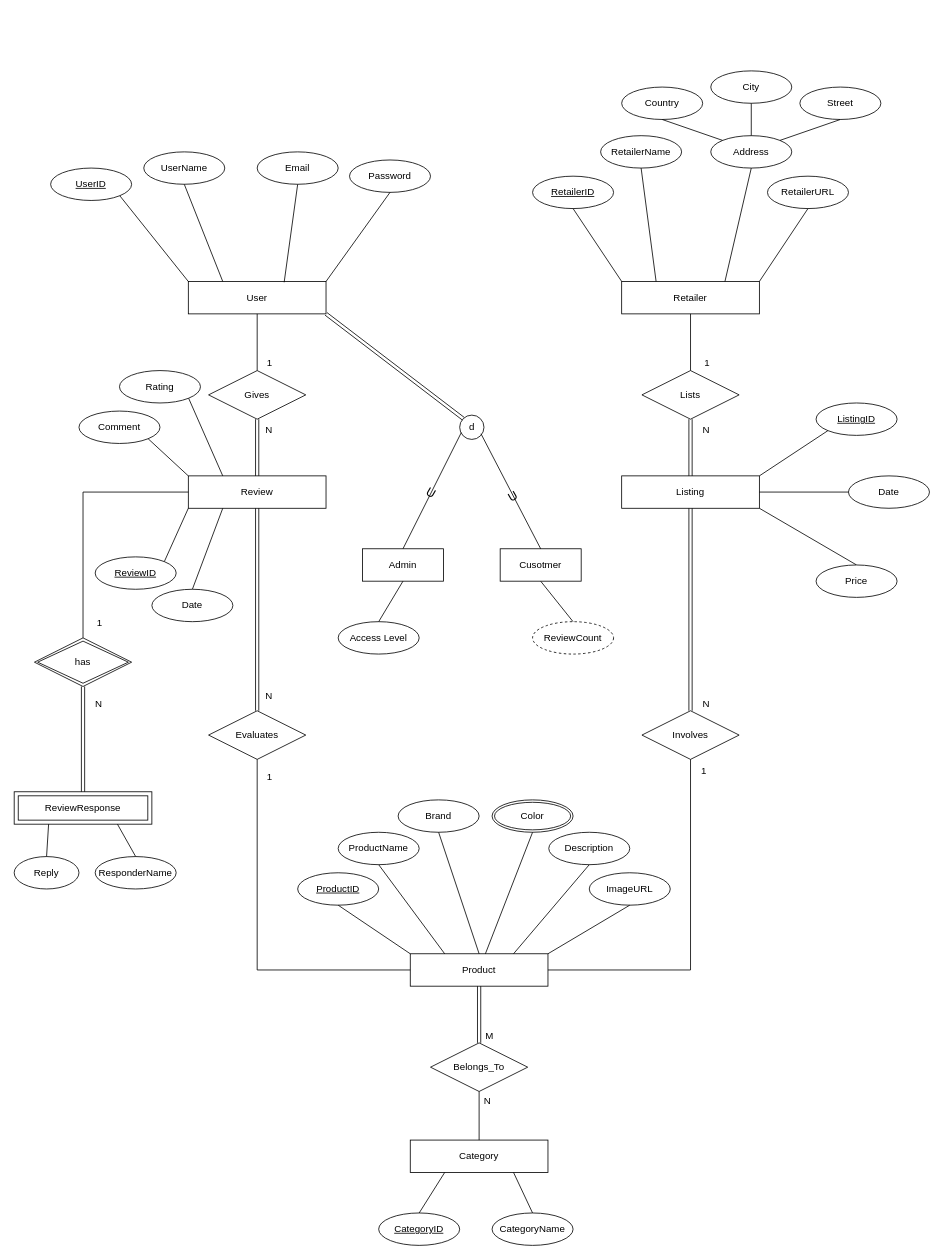
The draw.io diagram CompareIt_Database.drawio in HamdaanMirza/Procrastinators, before the edit. Source tidied: cells renumbered, new cells numbered last; positions are measured from the earlier drawing's top-left corner, leaving out a move shared by most shapes. Both pictures are drawn from the tidied source at 81%, with x=0, y=0 at pixel (14, 70).
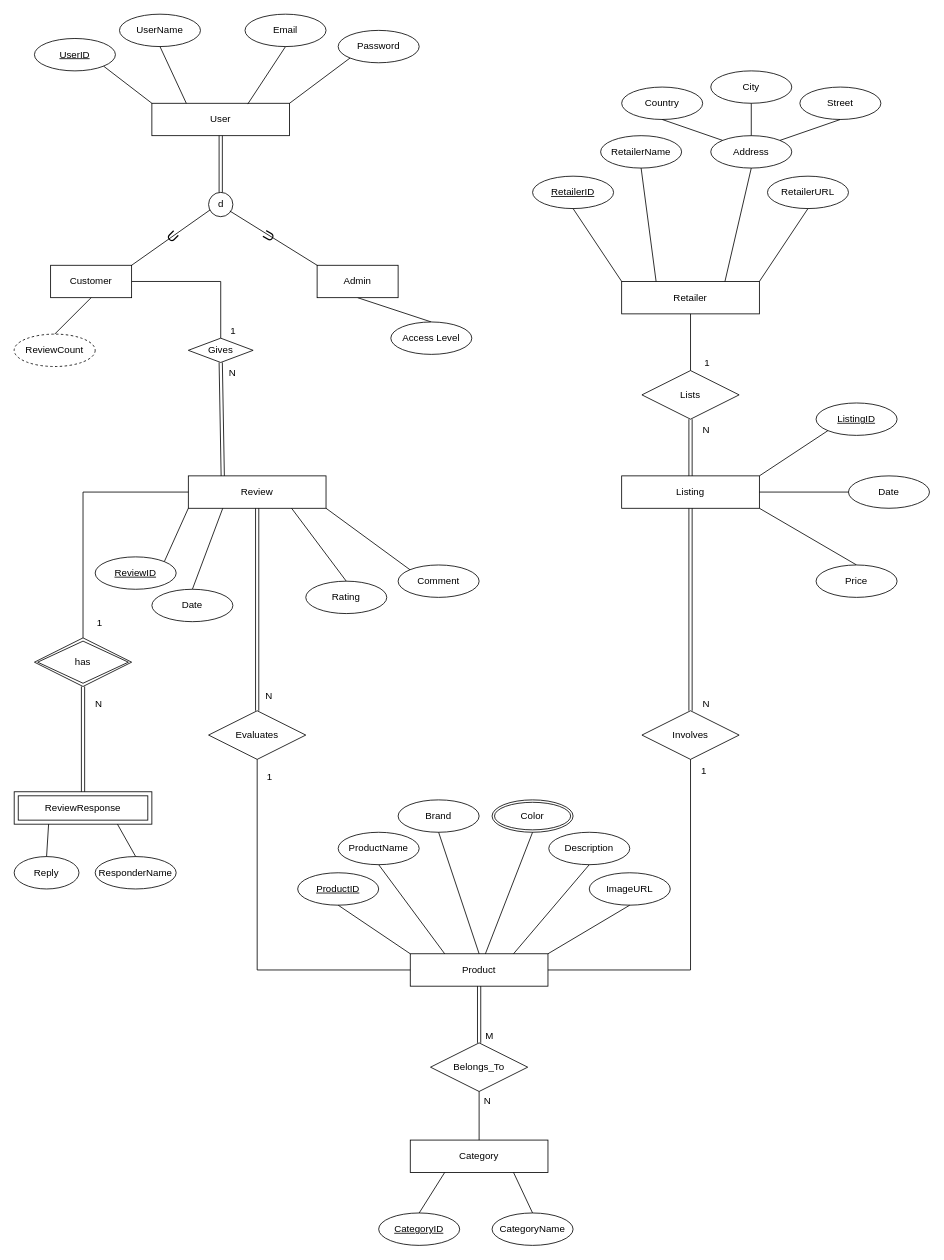
The same page after the edit.

Commit message:
Changed the relationships of User

The change refers to these unchanged cells:
```xml
<mxCell id="11" value="Review" style="whiteSpace=wrap;html=1;align=center;" parent="1" vertex="1">
  <mxGeometry x="215" y="500" width="170" height="40" as="geometry" />
</mxCell>
```

What changed in the source:
```diff
@@
     <mxCell id="2" value="User" style="whiteSpace=wrap;html=1;align=center;" parent="1" vertex="1">
-      <mxGeometry x="215" y="260" width="170" height="40" as="geometry" />
+      <mxGeometry x="170" y="40" width="170" height="40" as="geometry" />
     </mxCell>
     <mxCell id="3" value="UserID" style="ellipse;whiteSpace=wrap;html=1;align=center;fontStyle=4;" parent="1" vertex="1">
-      <mxGeometry x="45" y="120" width="100" height="40" as="geometry" />
+      <mxGeometry x="25" y="-40" width="100" height="40" as="geometry" />
     </mxCell>
@@
     <mxCell id="5" value="UserName" style="ellipse;whiteSpace=wrap;html=1;align=center;" parent="1" vertex="1">
-      <mxGeometry x="160" y="100" width="100" height="40" as="geometry" />
+      <mxGeometry x="130" y="-70" width="100" height="40" as="geometry" />
     </mxCell>
     <mxCell id="6" value="Email" style="ellipse;whiteSpace=wrap;html=1;align=center;" parent="1" vertex="1">
-      <mxGeometry x="300" y="100" width="100" height="40" as="geometry" />
+      <mxGeometry x="285" y="-70" width="100" height="40" as="geometry" />
     </mxCell>
     <mxCell id="7" value="Password" style="ellipse;whiteSpace=wrap;html=1;align=center;" parent="1" vertex="1">
-      <mxGeometry x="414" y="110" width="100" height="40" as="geometry" />
+      <mxGeometry x="400" y="-50" width="100" height="40" as="geometry" />
     </mxCell>
@@
-    <mxCell id="10" style="endArrow=none;html=1;rounded=0;exitX=1;exitY=0;exitDx=0;exitDy=0;entryX=0.5;entryY=1;entryDx=0;entryDy=0;" parent="1" edge="1" source="2" target="7">
+    <mxCell id="10" style="endArrow=none;html=1;rounded=0;exitX=1;exitY=0;exitDx=0;exitDy=0;entryX=0;entryY=1;entryDx=0;entryDy=0;" parent="1" edge="1" source="2" target="7">
       <mxGeometry relative="1" as="geometry" />
     </mxCell>
@@
     <mxCell id="14" value="Rating" style="ellipse;whiteSpace=wrap;html=1;align=center;" parent="1" vertex="1">
-      <mxGeometry x="130" y="370" width="100" height="40" as="geometry" />
+      <mxGeometry x="360" y="630" width="100" height="40" as="geometry" />
     </mxCell>
     <mxCell id="15" value="Comment" style="ellipse;whiteSpace=wrap;html=1;align=center;" parent="1" vertex="1">
-      <mxGeometry x="80" y="420" width="100" height="40" as="geometry" />
+      <mxGeometry x="474" y="610" width="100" height="40" as="geometry" />
     </mxCell>
@@
-    <mxCell id="17" style="endArrow=none;html=1;rounded=0;exitX=0;exitY=0;exitDx=0;exitDy=0;entryX=1;entryY=1;entryDx=0;entryDy=0;" parent="1" edge="1" source="11" target="15">
+    <mxCell id="17" style="endArrow=none;html=1;rounded=0;exitX=1;exitY=1;exitDx=0;exitDy=0;entryX=0;entryY=0;entryDx=0;entryDy=0;" parent="1" edge="1" source="11" target="15">
       <mxGeometry relative="1" as="geometry" />
     </mxCell>
-    <mxCell id="18" style="endArrow=none;html=1;rounded=0;exitX=0.25;exitY=0;exitDx=0;exitDy=0;entryX=1;entryY=1;entryDx=0;entryDy=0;" parent="1" edge="1" source="11" target="14">
+    <mxCell id="18" style="endArrow=none;html=1;rounded=0;exitX=0.75;exitY=1;exitDx=0;exitDy=0;entryX=0.5;entryY=0;entryDx=0;entryDy=0;" parent="1" edge="1" source="11" target="14">
       <mxGeometry relative="1" as="geometry" />
     </mxCell>
@@
     <mxCell id="20" value="Gives" style="shape=rhombus;perimeter=rhombusPerimeter;whiteSpace=wrap;html=1;align=center;" parent="1" vertex="1">
-      <mxGeometry x="240" y="370" width="120" height="60" as="geometry" />
+      <mxGeometry x="215" y="330" width="80" height="30" as="geometry" />
     </mxCell>
-    <mxCell id="21" style="shape=link;html=1;rounded=0;entryX=0.5;entryY=1;entryDx=0;entryDy=0;exitX=0.5;exitY=0;exitDx=0;exitDy=0;" parent="1" edge="1" source="11" target="20">
+    <mxCell id="21" style="shape=link;html=1;rounded=0;entryX=0.5;entryY=1;entryDx=0;entryDy=0;exitX=0.25;exitY=0;exitDx=0;exitDy=0;" parent="1" edge="1" source="11" target="20">
       <mxGeometry relative="1" as="geometry" />
     </mxCell>
@@
-    <mxCell id="23" style="endArrow=none;html=1;rounded=0;exitX=0.5;exitY=1;exitDx=0;exitDy=0;entryX=0.5;entryY=0;entryDx=0;entryDy=0;" parent="1" edge="1" source="2" target="20">
-      <mxGeometry relative="1" as="geometry" />
+    <mxCell id="23" style="endArrow=none;html=1;rounded=0;exitX=1;exitY=0.5;exitDx=0;exitDy=0;entryX=0.5;entryY=0;entryDx=0;entryDy=0;" parent="1" edge="1" source="100" target="20">
+      <mxGeometry relative="1" as="geometry">
+        <Array as="points">
+          <mxPoint x="255" y="260" />
+        </Array>
+      </mxGeometry>
     </mxCell>
@@
     <mxCell id="85" value="ReviewCount" style="ellipse;whiteSpace=wrap;html=1;align=center;dashed=1;" parent="1" vertex="1">
-      <mxGeometry x="640" y="680" width="100" height="40" as="geometry" />
+      <mxGeometry y="325" width="100" height="40" as="geometry" />
     </mxCell>
-    <mxCell id="86" style="endArrow=none;html=1;rounded=0;exitX=0.5;exitY=0;exitDx=0;exitDy=0;entryX=0.5;entryY=1;entryDx=0;entryDy=0;" parent="1" edge="1" source="85" target="101">
+    <mxCell id="86" style="endArrow=none;html=1;rounded=0;entryX=0.5;entryY=1;entryDx=0;entryDy=0;exitX=0.5;exitY=0;exitDx=0;exitDy=0;" parent="1" edge="1" source="106" target="101">
       <mxGeometry relative="1" as="geometry" />
     </mxCell>
@@
     <mxCell id="97" style="ellipse;whiteSpace=wrap;html=1;" parent="1" vertex="1">
-      <mxGeometry x="550" y="425" width="30" height="30" as="geometry" />
+      <mxGeometry x="240" y="150" width="30" height="30" as="geometry" />
     </mxCell>
     <mxCell id="98" value="d" style="text;html=1;align=center;verticalAlign=middle;points=[];strokeColor=none;fillColor=none;strokeWidth=2;" parent="1" vertex="1">
-      <mxGeometry x="550" y="425" width="30" height="30" as="geometry" />
+      <mxGeometry x="240" y="150" width="30" height="30" as="geometry" />
     </mxCell>
-    <mxCell id="99" style="shape=link;html=1;rounded=0;exitX=1;exitY=1;exitDx=0;exitDy=0;entryX=0;entryY=0;entryDx=0;entryDy=0;" parent="1" edge="1" source="2" target="97">
-      <mxGeometry relative="1" as="geometry" />
+    <mxCell id="99" style="shape=link;html=1;rounded=0;exitX=0.5;exitY=1;exitDx=0;exitDy=0;" parent="1" edge="1" source="2">
+      <mxGeometry relative="1" as="geometry">
+        <mxPoint x="255" y="150" as="targetPoint" />
+      </mxGeometry>
     </mxCell>
-    <mxCell id="100" value="Admin" style="whiteSpace=wrap;html=1;align=center;" parent="1" vertex="1">
-      <mxGeometry x="430" y="590" width="100" height="40" as="geometry" />
+    <mxCell id="100" value="Customer" style="whiteSpace=wrap;html=1;align=center;" parent="1" vertex="1">
+      <mxGeometry x="45" y="240" width="100" height="40" as="geometry" />
     </mxCell>
-    <mxCell id="101" value="Cusotmer" style="whiteSpace=wrap;html=1;align=center;" parent="1" vertex="1">
-      <mxGeometry x="600" y="590" width="100" height="40" as="geometry" />
+    <mxCell id="101" value="Admin" style="whiteSpace=wrap;html=1;align=center;" parent="1" vertex="1">
+      <mxGeometry x="374" y="240" width="100" height="40" as="geometry" />
     </mxCell>
-    <mxCell id="102" style="endArrow=none;html=1;rounded=0;exitX=0.068;exitY=0.717;exitDx=0;exitDy=0;exitPerimeter=0;entryX=0.5;entryY=0;entryDx=0;entryDy=0;" parent="1" edge="1" source="98" target="100">
-      <mxGeometry relative="1" as="geometry" />
-    </mxCell>
+    <mxCell id="106" value="&lt;div&gt;Access Level&lt;/div&gt;" style="ellipse;whiteSpace=wrap;html=1;align=center;" parent="1" vertex="1">
+      <mxGeometry x="465" y="310" width="100" height="40" as="geometry" />
+    </mxCell>
+    <mxCell id="107" style="endArrow=none;html=1;rounded=0;exitX=0.5;exitY=1;exitDx=0;exitDy=0;entryX=0.5;entryY=0;entryDx=0;entryDy=0;" parent="1" edge="1" source="100" target="85">
+      <mxGeometry relative="1" as="geometry" />
+    </mxCell>
-    <mxCell id="103" style="endArrow=none;html=1;rounded=0;exitX=0.878;exitY=0.769;exitDx=0;exitDy=0;exitPerimeter=0;entryX=0.5;entryY=0;entryDx=0;entryDy=0;" parent="1" edge="1" source="98" target="101">
+    <mxCell id="103" style="endArrow=none;html=1;rounded=0;exitX=0.878;exitY=0.769;exitDx=0;exitDy=0;exitPerimeter=0;entryX=0;entryY=0;entryDx=0;entryDy=0;" parent="1" edge="1" source="98" target="101">
       <mxGeometry relative="1" as="geometry" />
     </mxCell>
-    <mxCell id="104" value="&lt;font&gt;U&lt;/font&gt;" style="text;html=1;align=center;verticalAlign=middle;strokeColor=none;fillColor=none;fontSize=15;fontColor=default;rotation=-30;" parent="1" vertex="1">
-      <mxGeometry x="600" y="510" width="30" height="30" as="geometry" />
+    <mxCell id="104" value="&lt;font&gt;U&lt;/font&gt;" style="text;html=1;align=center;verticalAlign=middle;strokeColor=none;fillColor=none;fontSize=17;fontColor=default;rotation=-60;" parent="1" vertex="1">
+      <mxGeometry x="295" y="190" width="40" height="30" as="geometry" />
     </mxCell>
+    <mxCell id="102" style="endArrow=none;html=1;rounded=0;exitX=0.068;exitY=0.717;exitDx=0;exitDy=0;exitPerimeter=0;entryX=1;entryY=0;entryDx=0;entryDy=0;" parent="1" edge="1" source="98" target="100">
+      <mxGeometry relative="1" as="geometry" />
+    </mxCell>
-    <mxCell id="105" value="&lt;font&gt;U&lt;/font&gt;" style="text;html=1;align=center;verticalAlign=middle;strokeColor=none;fillColor=none;fontSize=15;fontColor=default;rotation=30;" parent="1" vertex="1">
-      <mxGeometry x="500" y="505" width="30" height="30" as="geometry" />
+    <mxCell id="105" value="&lt;font&gt;U&lt;/font&gt;" style="text;html=1;align=center;verticalAlign=middle;strokeColor=none;fillColor=none;fontSize=17;fontColor=default;rotation=45;" parent="1" vertex="1">
+      <mxGeometry x="175" y="190" width="40" height="30" as="geometry" />
     </mxCell>
-    <mxCell id="106" value="&lt;div&gt;Access Level&lt;/div&gt;" style="ellipse;whiteSpace=wrap;html=1;align=center;" parent="1" vertex="1">
-      <mxGeometry x="400" y="680" width="100" height="40" as="geometry" />
-    </mxCell>
-    <mxCell id="107" style="endArrow=none;html=1;rounded=0;exitX=0.5;exitY=1;exitDx=0;exitDy=0;entryX=0.5;entryY=0;entryDx=0;entryDy=0;" parent="1" edge="1" source="100" target="106">
-      <mxGeometry relative="1" as="geometry" />
-    </mxCell>
```
